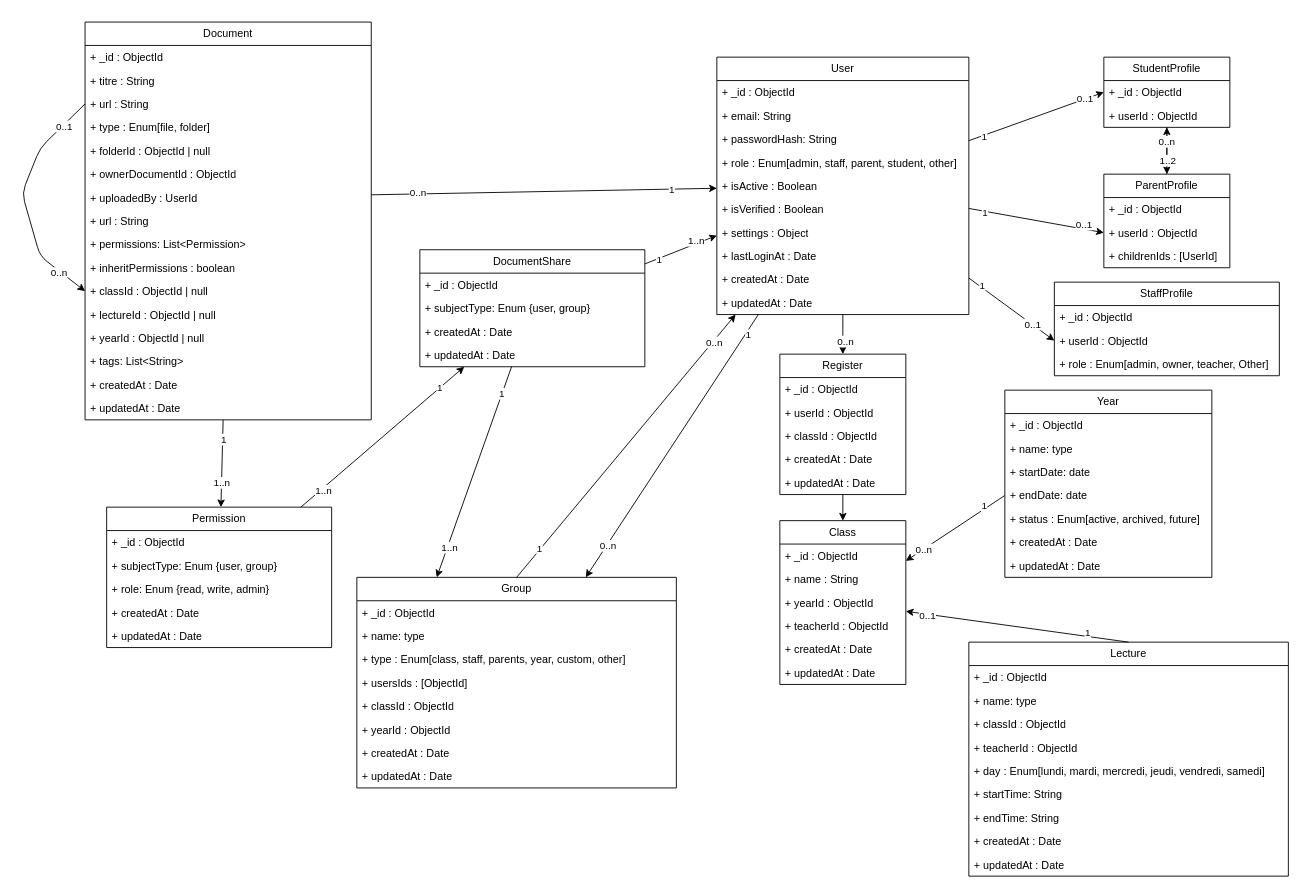
Above: page "classes" (2 of 34) of docs/uml/uml.drawio in RustyRory/CollegeLaBoussole (draw.io), before the change. Source tidied: cells renumbered, new cells numbered last; positions are measured from the earlier drawing's top-left corner, leaving out a move shared by most shapes. Both pictures are drawn from the tidied source at 90%, with x=0, y=0 at pixel (22, 22).
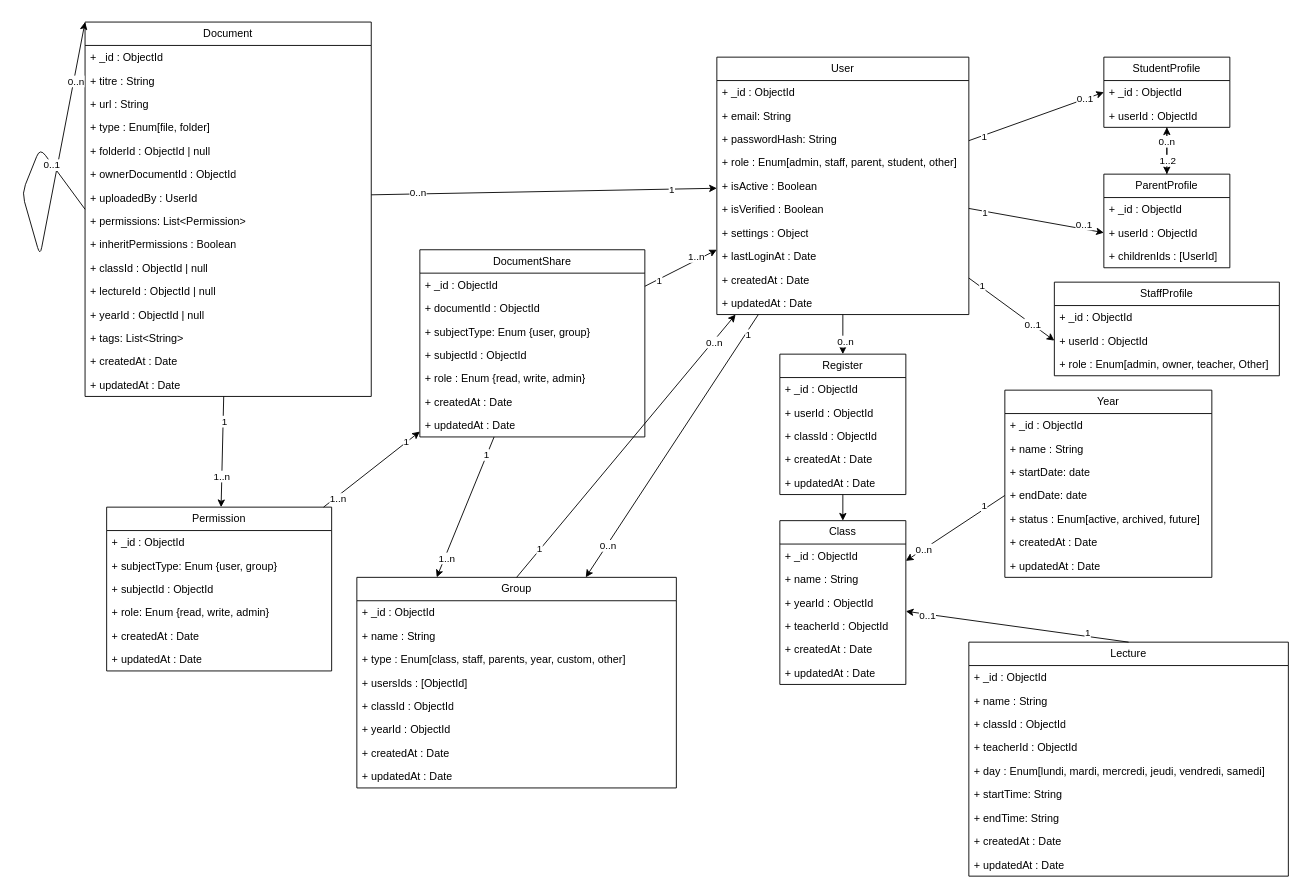
The same diagram, later.

Unchanged cells that the change refers to:
```xml
<mxCell id="48" value="+ url : String" style="text;strokeColor=none;fillColor=none;align=left;verticalAlign=top;spacingLeft=4;spacingRight=4;overflow=hidden;points=[[0,0.5],[1,0.5]];portConstraint=eastwest;whiteSpace=wrap;html=1;" parent="45" vertex="1">
  <mxGeometry y="78" width="318" height="26" as="geometry" />
</mxCell>
<mxCell id="68" value="Lecture" style="swimlane;fontStyle=0;horizontal=1;startSize=26;fillColor=none;whiteSpace=wrap;html=1;" parent="1" vertex="1">
  <mxGeometry x="1052" y="689" width="355" height="260" as="geometry" />
</mxCell>
<mxCell id="78" value="Year" style="swimlane;fontStyle=0;horizontal=1;startSize=26;fillColor=none;whiteSpace=wrap;html=1;" parent="1" vertex="1">
  <mxGeometry x="1092" y="409" width="230" height="208" as="geometry" />
</mxCell>
<mxCell id="96" value="Group" style="swimlane;fontStyle=0;horizontal=1;startSize=26;fillColor=none;whiteSpace=wrap;html=1;" parent="1" vertex="1">
  <mxGeometry x="372" y="617" width="355" height="234" as="geometry" />
</mxCell>
```

The edit, as a diff of the source:
```diff
@@
     <mxCell id="45" value="Document" style="swimlane;fontStyle=0;horizontal=1;startSize=26;fillColor=none;whiteSpace=wrap;html=1;" parent="1" vertex="1">
-      <mxGeometry x="70" width="318" height="442" as="geometry" />
+      <mxGeometry x="70" width="318" height="416" as="geometry" />
     </mxCell>
@@
-    <mxCell id="53" value="+ url : String" style="text;strokeColor=none;fillColor=none;align=left;verticalAlign=top;spacingLeft=4;spacingRight=4;overflow=hidden;whiteSpace=wrap;html=1;" parent="45" vertex="1">
-      <mxGeometry y="208" width="318" height="26" as="geometry" />
-    </mxCell>
     <mxCell id="54" value="+ permissions: List&amp;lt;Permission&amp;gt;" style="text;strokeColor=none;fillColor=none;align=left;verticalAlign=top;spacingLeft=4;spacingRight=4;overflow=hidden;whiteSpace=wrap;html=1;" parent="45" vertex="1">
-      <mxGeometry y="234" width="318" height="26" as="geometry" />
+      <mxGeometry y="208" width="318" height="26" as="geometry" />
     </mxCell>
-    <mxCell id="55" value="+&amp;nbsp;&lt;span class=&quot;ͼt&quot;&gt;inheritPermissions&lt;/span&gt;&amp;nbsp;: boolean" style="text;strokeColor=none;fillColor=none;align=left;verticalAlign=top;spacingLeft=4;spacingRight=4;overflow=hidden;whiteSpace=wrap;html=1;" parent="45" vertex="1">
-      <mxGeometry y="260" width="318" height="26" as="geometry" />
+    <mxCell id="55" value="+ inheritPermissions : Boolean" style="text;strokeColor=none;fillColor=none;align=left;verticalAlign=top;spacingLeft=4;spacingRight=4;overflow=hidden;whiteSpace=wrap;html=1;" parent="45" vertex="1">
+      <mxGeometry y="234" width="318" height="26" as="geometry" />
     </mxCell>
     <mxCell id="56" value="+ classId : ObjectId | null" style="text;strokeColor=none;fillColor=none;align=left;verticalAlign=top;spacingLeft=4;spacingRight=4;overflow=hidden;points=[[0,0.5],[1,0.5]];portConstraint=eastwest;whiteSpace=wrap;html=1;" parent="45" vertex="1">
-      <mxGeometry y="286" width="318" height="26" as="geometry" />
+      <mxGeometry y="260" width="318" height="26" as="geometry" />
     </mxCell>
     <mxCell id="57" value="+ lectureId : ObjectId | null" style="text;strokeColor=none;fillColor=none;align=left;verticalAlign=top;spacingLeft=4;spacingRight=4;overflow=hidden;whiteSpace=wrap;html=1;" parent="45" vertex="1">
-      <mxGeometry y="312" width="318" height="26" as="geometry" />
+      <mxGeometry y="286" width="318" height="26" as="geometry" />
     </mxCell>
     <mxCell id="58" value="+ yearId : ObjectId | null" style="text;strokeColor=none;fillColor=none;align=left;verticalAlign=top;spacingLeft=4;spacingRight=4;overflow=hidden;whiteSpace=wrap;html=1;" parent="45" vertex="1">
-      <mxGeometry y="338" width="318" height="26" as="geometry" />
+      <mxGeometry y="312" width="318" height="26" as="geometry" />
     </mxCell>
     <mxCell id="59" value="+ tags: List&amp;lt;String&amp;gt;" style="text;strokeColor=none;fillColor=none;align=left;verticalAlign=top;spacingLeft=4;spacingRight=4;overflow=hidden;whiteSpace=wrap;html=1;" parent="45" vertex="1">
-      <mxGeometry y="364" width="318" height="26" as="geometry" />
+      <mxGeometry y="338" width="318" height="26" as="geometry" />
     </mxCell>
     <mxCell id="60" value="+ createdAt : Date" style="text;strokeColor=none;fillColor=none;align=left;verticalAlign=top;spacingLeft=4;spacingRight=4;overflow=hidden;whiteSpace=wrap;html=1;" parent="45" vertex="1">
-      <mxGeometry y="390" width="318" height="26" as="geometry" />
+      <mxGeometry y="364" width="318" height="26" as="geometry" />
     </mxCell>
     <mxCell id="61" value="+ updatedAt : Date" style="text;strokeColor=none;fillColor=none;align=left;verticalAlign=top;spacingLeft=4;spacingRight=4;overflow=hidden;whiteSpace=wrap;html=1;" parent="45" vertex="1">
-      <mxGeometry y="416" width="318" height="26" as="geometry" />
+      <mxGeometry y="390" width="318" height="26" as="geometry" />
     </mxCell>
-    <mxCell id="62" style="edgeStyle=none;html=1;exitX=0;exitY=0.5;exitDx=0;exitDy=0;entryX=0;entryY=0.5;entryDx=0;entryDy=0;" parent="45" edge="1" source="48" target="56">
+    <mxCell id="62" style="edgeStyle=none;html=1;exitX=0;exitY=0.5;exitDx=0;exitDy=0;entryX=0;entryY=0;entryDx=0;entryDy=0;" parent="1" edge="1" source="45" target="45">
       <mxGeometry relative="1" as="geometry">
         <Array as="points">
-          <mxPoint x="-50" y="140" />
-          <mxPoint x="-70" y="190" />
-          <mxPoint x="-50" y="260" />
+          <mxPoint x="20" y="140" />
+          <mxPoint y="190" />
+          <mxPoint x="20" y="260" />
         </Array>
       </mxGeometry>
     </mxCell>
@@
-    <mxCell id="70" value="+ name: type" style="text;strokeColor=none;fillColor=none;align=left;verticalAlign=top;spacingLeft=4;spacingRight=4;overflow=hidden;whiteSpace=wrap;html=1;" parent="68" vertex="1">
+    <mxCell id="70" value="+ name : String" style="text;strokeColor=none;fillColor=none;align=left;verticalAlign=top;spacingLeft=4;spacingRight=4;overflow=hidden;whiteSpace=wrap;html=1;" parent="68" vertex="1">
       <mxGeometry y="52" width="355" height="26" as="geometry" />
     </mxCell>
@@
-    <mxCell id="80" value="+ name: type" style="text;strokeColor=none;fillColor=none;align=left;verticalAlign=top;spacingLeft=4;spacingRight=4;overflow=hidden;whiteSpace=wrap;html=1;" parent="78" vertex="1">
+    <mxCell id="80" value="+ name : String" style="text;strokeColor=none;fillColor=none;align=left;verticalAlign=top;spacingLeft=4;spacingRight=4;overflow=hidden;whiteSpace=wrap;html=1;" parent="78" vertex="1">
       <mxGeometry y="52" width="230" height="26" as="geometry" />
     </mxCell>
@@
-    <mxCell id="98" value="+ name: type" style="text;strokeColor=none;fillColor=none;align=left;verticalAlign=top;spacingLeft=4;spacingRight=4;overflow=hidden;whiteSpace=wrap;html=1;" parent="96" vertex="1">
+    <mxCell id="98" value="+ name : String" style="text;strokeColor=none;fillColor=none;align=left;verticalAlign=top;spacingLeft=4;spacingRight=4;overflow=hidden;whiteSpace=wrap;html=1;" parent="96" vertex="1">
       <mxGeometry y="52" width="355" height="26" as="geometry" />
     </mxCell>
@@
     <mxCell id="112" value="Permission" style="swimlane;fontStyle=0;horizontal=1;startSize=26;fillColor=none;whiteSpace=wrap;html=1;" parent="1" vertex="1">
-      <mxGeometry x="94" y="539" width="250" height="156" as="geometry" />
+      <mxGeometry x="94" y="539" width="250" height="182" as="geometry" />
     </mxCell>
@@
+    <mxCell id="138" value="+ subjectId : ObjectId" style="text;strokeColor=none;fillColor=none;align=left;verticalAlign=top;spacingLeft=4;spacingRight=4;overflow=hidden;whiteSpace=wrap;html=1;" parent="112" vertex="1">
+      <mxGeometry y="78" width="250" height="26" as="geometry" />
+    </mxCell>
     <mxCell id="115" value="+ role: Enum {read, write, admin}" style="text;strokeColor=none;fillColor=none;align=left;verticalAlign=top;spacingLeft=4;spacingRight=4;overflow=hidden;whiteSpace=wrap;html=1;" parent="112" vertex="1">
-      <mxGeometry y="78" width="250" height="26" as="geometry" />
+      <mxGeometry y="104" width="250" height="26" as="geometry" />
     </mxCell>
     <mxCell id="116" value="+ createdAt : Date" style="text;strokeColor=none;fillColor=none;align=left;verticalAlign=top;spacingLeft=4;spacingRight=4;overflow=hidden;whiteSpace=wrap;html=1;" parent="112" vertex="1">
-      <mxGeometry y="104" width="250" height="26" as="geometry" />
+      <mxGeometry y="130" width="250" height="26" as="geometry" />
     </mxCell>
     <mxCell id="117" value="+ updatedAt : Date" style="text;strokeColor=none;fillColor=none;align=left;verticalAlign=top;spacingLeft=4;spacingRight=4;overflow=hidden;whiteSpace=wrap;html=1;" parent="112" vertex="1">
-      <mxGeometry y="130" width="250" height="26" as="geometry" />
+      <mxGeometry y="156" width="250" height="26" as="geometry" />
     </mxCell>
@@
     <mxCell id="127" value="DocumentShare" style="swimlane;fontStyle=0;horizontal=1;startSize=26;fillColor=none;whiteSpace=wrap;html=1;" parent="1" vertex="1">
-      <mxGeometry x="442" y="253" width="250" height="130" as="geometry" />
+      <mxGeometry x="442" y="253" width="250" height="208" as="geometry" />
     </mxCell>
@@
+    <mxCell id="139" value="+ documentId : ObjectId" style="text;strokeColor=none;fillColor=none;align=left;verticalAlign=top;spacingLeft=4;spacingRight=4;overflow=hidden;whiteSpace=wrap;html=1;" parent="127" vertex="1">
+      <mxGeometry y="52" width="250" height="26" as="geometry" />
+    </mxCell>
     <mxCell id="129" value="+ subjectType: Enum {user, group}" style="text;strokeColor=none;fillColor=none;align=left;verticalAlign=top;spacingLeft=4;spacingRight=4;overflow=hidden;whiteSpace=wrap;html=1;" parent="127" vertex="1">
-      <mxGeometry y="52" width="250" height="26" as="geometry" />
+      <mxGeometry y="78" width="250" height="26" as="geometry" />
     </mxCell>
+    <mxCell id="140" value="+ subjectId : ObjectId" style="text;strokeColor=none;fillColor=none;align=left;verticalAlign=top;spacingLeft=4;spacingRight=4;overflow=hidden;whiteSpace=wrap;html=1;" parent="127" vertex="1">
+      <mxGeometry y="104" width="250" height="26" as="geometry" />
+    </mxCell>
+    <mxCell id="141" value="+ role : Enum {read, write, admin}" style="text;strokeColor=none;fillColor=none;align=left;verticalAlign=top;spacingLeft=4;spacingRight=4;overflow=hidden;whiteSpace=wrap;html=1;" parent="127" vertex="1">
+      <mxGeometry y="130" width="250" height="26" as="geometry" />
+    </mxCell>
     <mxCell id="130" value="+ createdAt : Date" style="text;strokeColor=none;fillColor=none;align=left;verticalAlign=top;spacingLeft=4;spacingRight=4;overflow=hidden;whiteSpace=wrap;html=1;" parent="127" vertex="1">
-      <mxGeometry y="78" width="250" height="26" as="geometry" />
+      <mxGeometry y="156" width="250" height="26" as="geometry" />
     </mxCell>
     <mxCell id="131" value="+ updatedAt : Date" style="text;strokeColor=none;fillColor=none;align=left;verticalAlign=top;spacingLeft=4;spacingRight=4;overflow=hidden;whiteSpace=wrap;html=1;" parent="127" vertex="1">
-      <mxGeometry y="104" width="250" height="26" as="geometry" />
+      <mxGeometry y="182" width="250" height="26" as="geometry" />
     </mxCell>
```
